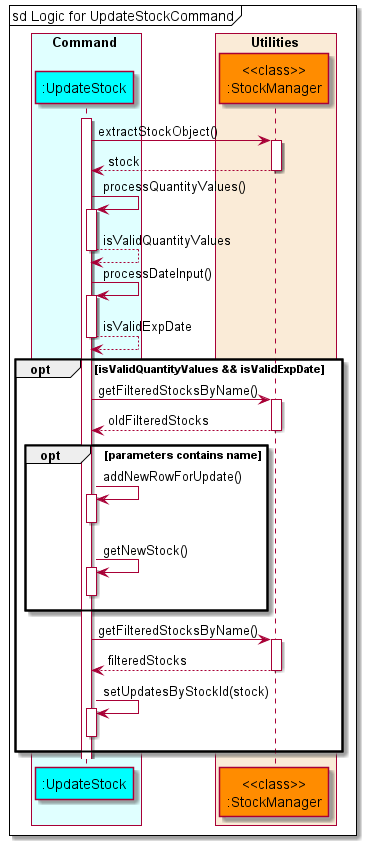
nus-cs2113-AY2122S1/tp keeps this PlantUML diagram as docs/diagrams/diagram_images/UpdateStockSequenceDiagram.png. Above is the earlier version.
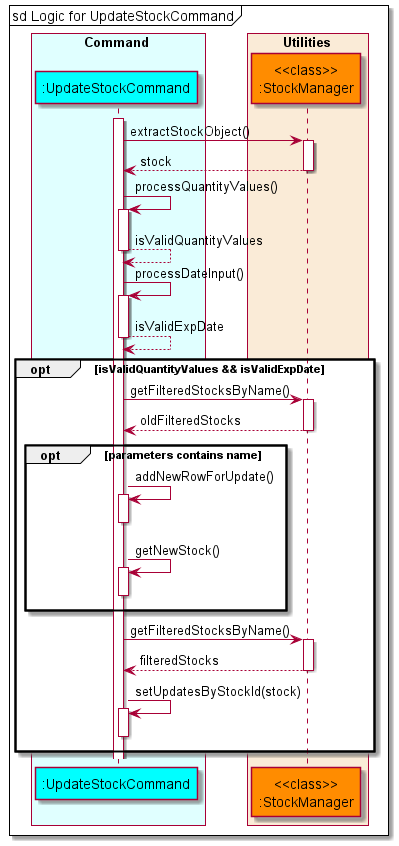
The same diagram one commit later.

Commit message:
Modify update commands sequence diagram naming

Diff of the diagram source:
```diff
@@ -3,7 +3,7 @@
 !include style.puml
 
 box Command COLOR_COMMAND_BOX
-    participant ":UpdateStock" as updatestock COLOR_COMMAND
+    participant ":UpdateStockCommand" as updatestock COLOR_COMMAND
 end box
 
 box Utilities COLOR_UTILITIES_BOX
```
